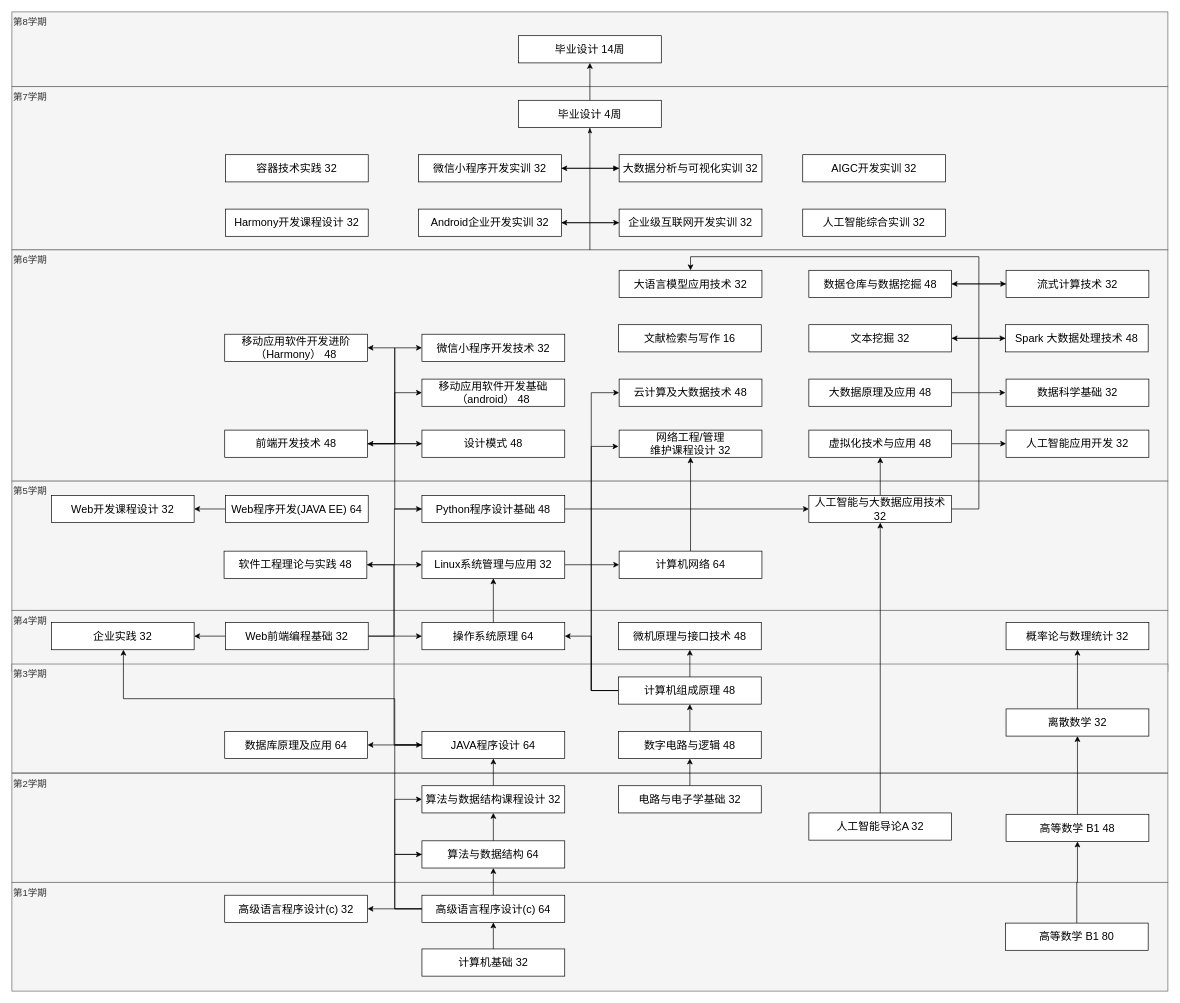
Before: 培养方案.drawio in ThrowYouARem/d2l-zh, a draw.io diagram. Source tidied: cells renumbered, new cells numbered last; positions are measured from the earlier drawing's top-left corner, leaving out a move shared by most shapes. Both pictures are drawn from the tidied source at 68%, with x=0, y=0 at pixel (12, 12).
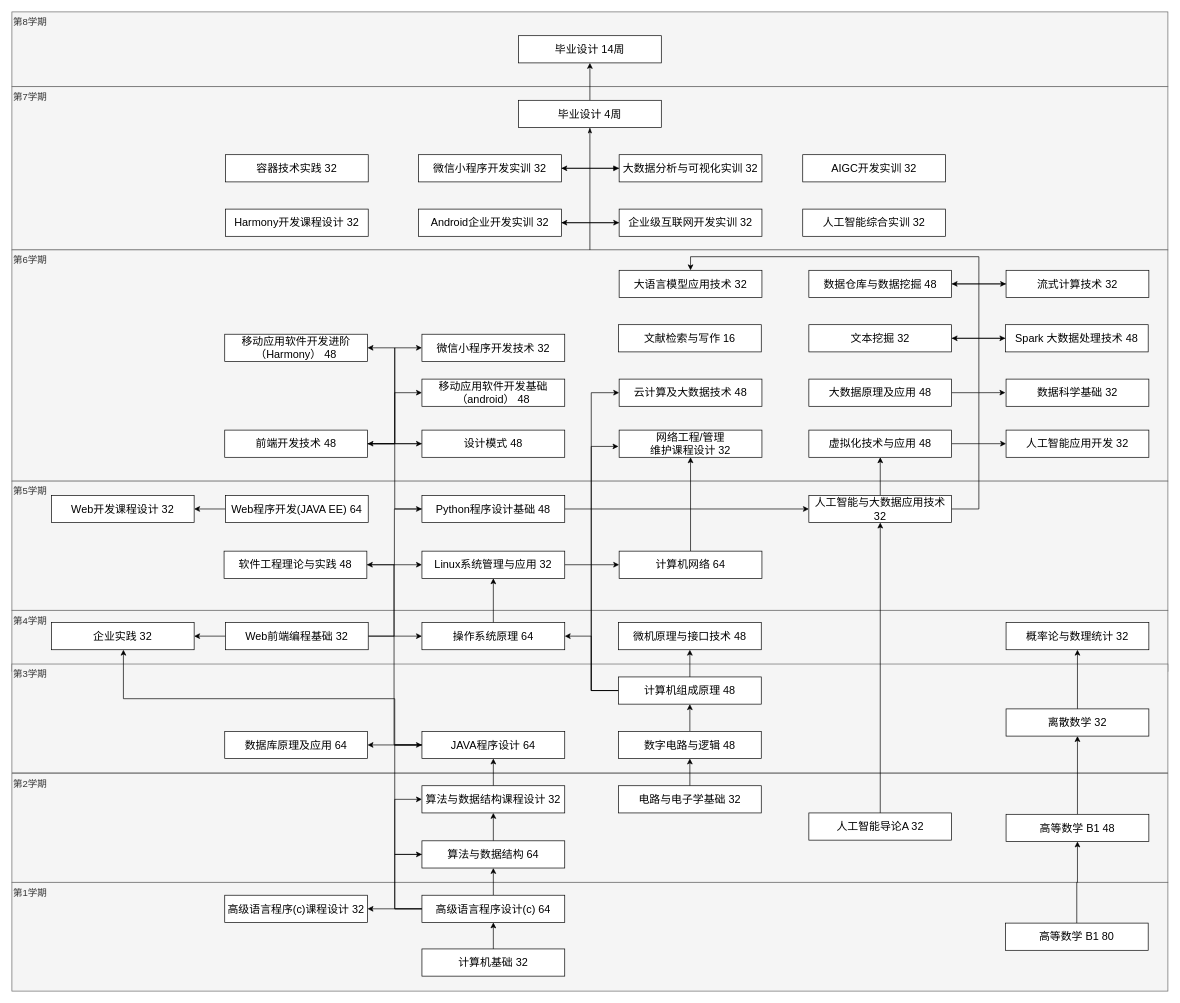
The same page after the edit.

Commit message:
更新培养方案.drawio

Diff of the diagram source:
```diff
@@
-    <mxCell id="33" value="高级语言程序设计(c) 32" style="rounded=0;whiteSpace=wrap;html=1;fontSize=16;" parent="1" vertex="1">
+    <mxCell id="33" value="高级语言程序(c)课程设计 32" style="rounded=0;whiteSpace=wrap;html=1;fontSize=16;" parent="1" vertex="1">
       <mxGeometry x="313" y="1299" width="210" height="40" as="geometry" />
     </mxCell>
```
